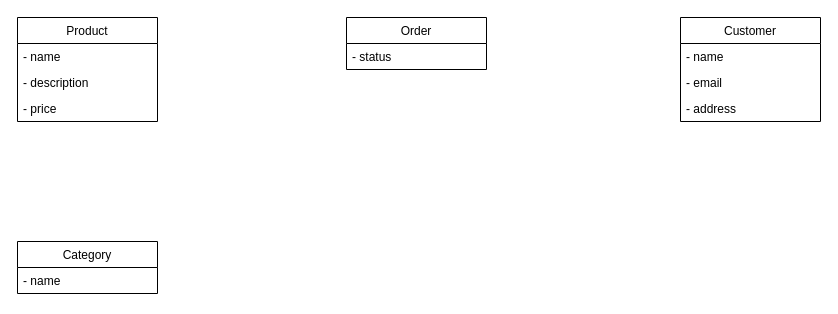
This is eshop-UML-model.drawio from VL-CZ/Eshop_DB, a draw.io file, before an edit. Source tidied: cells renumbered, new cells numbered last; positions are measured from the earlier drawing's top-left corner, leaving out a move shared by most shapes. Both pictures are drawn from the tidied source at 100%, with x=0, y=0 at pixel (17, 17).
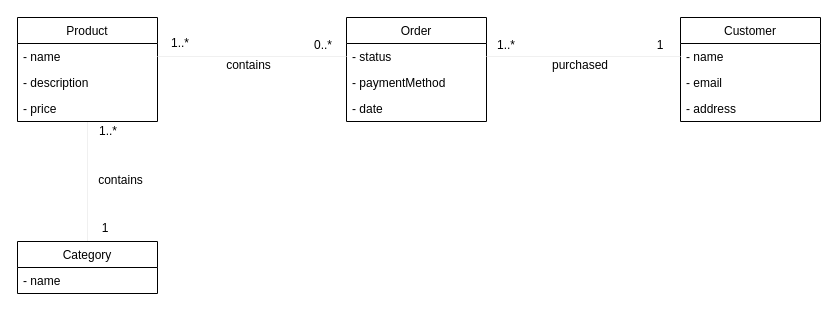
Above is the later version.

The change refers to these unchanged cells:
```xml
<mxCell id="2" value="Product" style="swimlane;fontStyle=0;horizontal=1;startSize=26;fillColor=none;" parent="1" vertex="1">
  <mxGeometry width="140" height="104" as="geometry" />
</mxCell>
<mxCell id="3" value="- name" style="text;strokeColor=none;fillColor=none;align=left;verticalAlign=top;spacingLeft=4;spacingRight=4;overflow=hidden;points=[[0,0.5],[1,0.5]];portConstraint=eastwest;" parent="2" vertex="1">
  <mxGeometry y="26" width="140" height="26" as="geometry" />
</mxCell>
<mxCell id="6" value="Category" style="swimlane;fontStyle=0;horizontal=1;startSize=26;fillColor=none;" parent="1" vertex="1">
  <mxGeometry y="224" width="140" height="52" as="geometry" />
</mxCell>
<mxCell id="9" value="- status" style="text;strokeColor=none;fillColor=none;align=left;verticalAlign=top;spacingLeft=4;spacingRight=4;overflow=hidden;points=[[0,0.5],[1,0.5]];portConstraint=eastwest;" parent="8" vertex="1">
  <mxGeometry y="26" width="140" height="26" as="geometry" />
</mxCell>
<mxCell id="11" value="- name" style="text;strokeColor=none;fillColor=none;align=left;verticalAlign=top;spacingLeft=4;spacingRight=4;overflow=hidden;points=[[0,0.5],[1,0.5]];portConstraint=eastwest;" parent="10" vertex="1">
  <mxGeometry y="26" width="140" height="26" as="geometry" />
</mxCell>
```

Change to the diagram source:
```diff
@@
+    <mxCell id="14" style="edgeStyle=none;rounded=0;jettySize=auto;html=1;startArrow=none;startFill=0;endArrow=none;endFill=0;strokeColor=#f0f0f0;" parent="1" edge="1" source="2" target="6">
+      <mxGeometry relative="1" as="geometry" />
+    </mxCell>
@@
     <mxCell id="8" value="Order" style="swimlane;fontStyle=0;horizontal=1;startSize=26;fillColor=none;" parent="1" vertex="1">
-      <mxGeometry x="329" width="140" height="52" as="geometry" />
+      <mxGeometry x="329" width="140" height="104" as="geometry" />
     </mxCell>
@@
+    <mxCell id="15" value="- paymentMethod" style="text;strokeColor=none;fillColor=none;align=left;verticalAlign=top;spacingLeft=4;spacingRight=4;overflow=hidden;" parent="8" vertex="1">
+      <mxGeometry y="52" width="140" height="26" as="geometry" />
+    </mxCell>
+    <mxCell id="16" value="- date" style="text;strokeColor=none;fillColor=none;align=left;verticalAlign=top;spacingLeft=4;spacingRight=4;overflow=hidden;" parent="8" vertex="1">
+      <mxGeometry y="78" width="140" height="26" as="geometry" />
+    </mxCell>
@@
+    <mxCell id="17" value="1..*" style="text;html=1;strokeColor=none;fillColor=none;align=center;verticalAlign=middle;whiteSpace=wrap;rounded=0;" parent="1" vertex="1">
+      <mxGeometry x="71" y="104" width="40" height="20" as="geometry" />
+    </mxCell>
+    <mxCell id="18" value="1" style="text;html=1;strokeColor=none;fillColor=none;align=center;verticalAlign=middle;whiteSpace=wrap;rounded=0;" parent="1" vertex="1">
+      <mxGeometry x="68" y="201" width="40" height="20" as="geometry" />
+    </mxCell>
+    <mxCell id="19" style="edgeStyle=none;rounded=0;jettySize=auto;html=1;exitX=1;exitY=0.5;exitDx=0;exitDy=0;endArrow=none;endFill=0;strokeColor=#f0f0f0;" parent="1" edge="1" source="3" target="9">
+      <mxGeometry relative="1" as="geometry" />
+    </mxCell>
+    <mxCell id="20" style="edgeStyle=none;rounded=0;jettySize=auto;html=1;exitX=1;exitY=0.5;exitDx=0;exitDy=0;entryX=0;entryY=0.5;entryDx=0;entryDy=0;endArrow=none;endFill=0;strokeColor=#f0f0f0;" parent="1" edge="1" source="9" target="11">
+      <mxGeometry relative="1" as="geometry" />
+    </mxCell>
+    <mxCell id="21" value="1..*" style="text;html=1;strokeColor=none;fillColor=none;align=center;verticalAlign=middle;whiteSpace=wrap;rounded=0;" parent="1" vertex="1">
+      <mxGeometry x="143" y="16" width="40" height="20" as="geometry" />
+    </mxCell>
+    <mxCell id="22" value="0..*" style="text;html=1;strokeColor=none;fillColor=none;align=center;verticalAlign=middle;whiteSpace=wrap;rounded=0;" parent="1" vertex="1">
+      <mxGeometry x="286" y="18" width="40" height="20" as="geometry" />
+    </mxCell>
+    <mxCell id="23" value="1..*" style="text;html=1;strokeColor=none;fillColor=none;align=center;verticalAlign=middle;whiteSpace=wrap;rounded=0;" parent="1" vertex="1">
+      <mxGeometry x="469" y="18" width="40" height="20" as="geometry" />
+    </mxCell>
+    <mxCell id="24" value="1" style="text;html=1;strokeColor=none;fillColor=none;align=center;verticalAlign=middle;whiteSpace=wrap;rounded=0;" parent="1" vertex="1">
+      <mxGeometry x="623" y="18" width="40" height="20" as="geometry" />
+    </mxCell>
+    <mxCell id="25" value="contains" style="text;html=1;strokeColor=none;fillColor=none;align=center;verticalAlign=middle;whiteSpace=wrap;rounded=0;" parent="1" vertex="1">
+      <mxGeometry x="68" y="153" width="71" height="20" as="geometry" />
+    </mxCell>
+    <mxCell id="26" value="contains" style="text;html=1;strokeColor=none;fillColor=none;align=center;verticalAlign=middle;whiteSpace=wrap;rounded=0;" parent="1" vertex="1">
+      <mxGeometry x="196" y="38" width="71" height="20" as="geometry" />
+    </mxCell>
+    <mxCell id="27" value="purchased" style="text;html=1;strokeColor=none;fillColor=none;align=center;verticalAlign=middle;whiteSpace=wrap;rounded=0;" parent="1" vertex="1">
+      <mxGeometry x="530" y="38" width="66" height="20" as="geometry" />
+    </mxCell>
```
